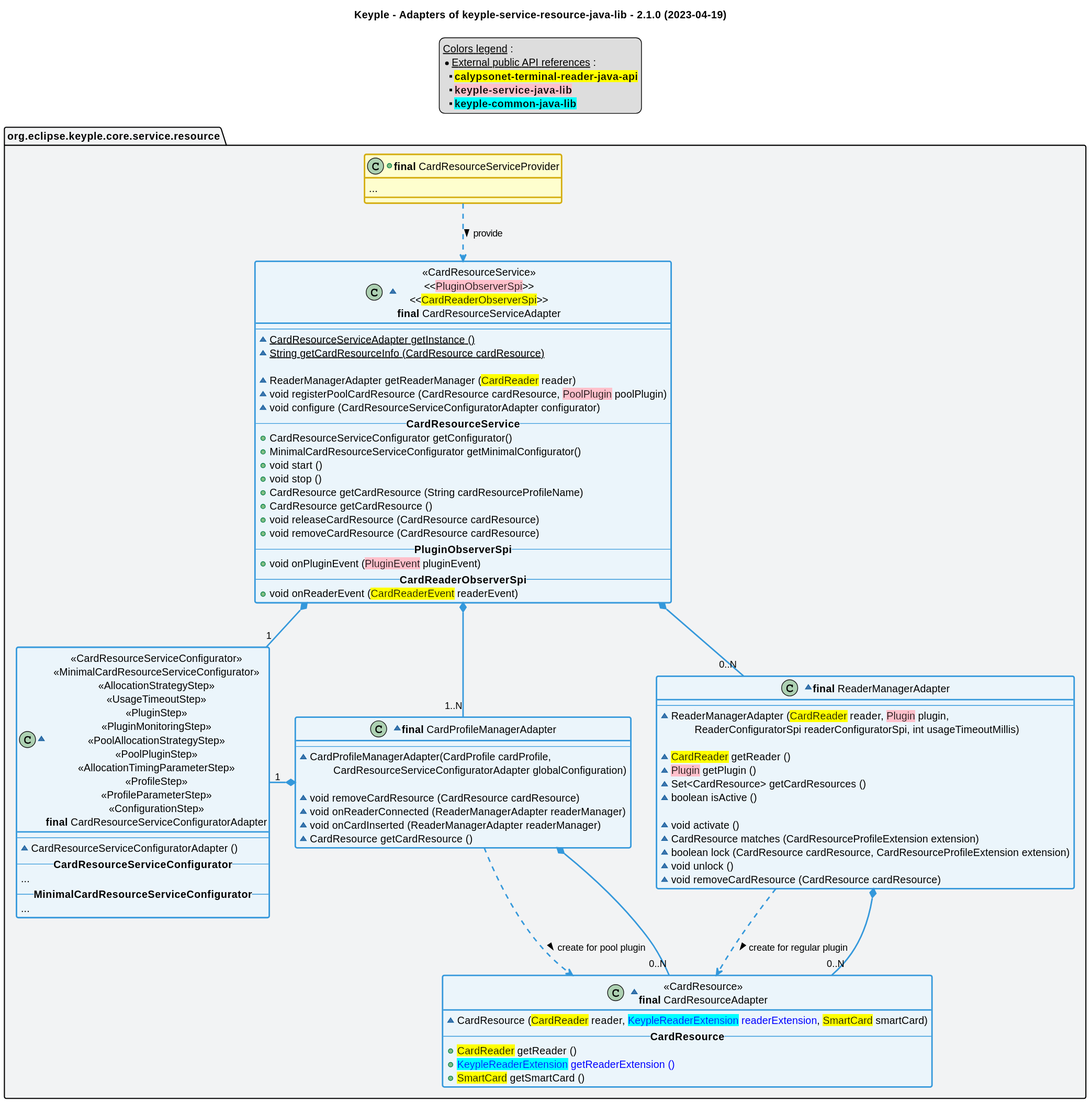
Before: src/main/uml/adapter_class_diagram.svg, a diagram exported from PlantUML (eclipse-keyple/keyple-service-resource-java-lib).
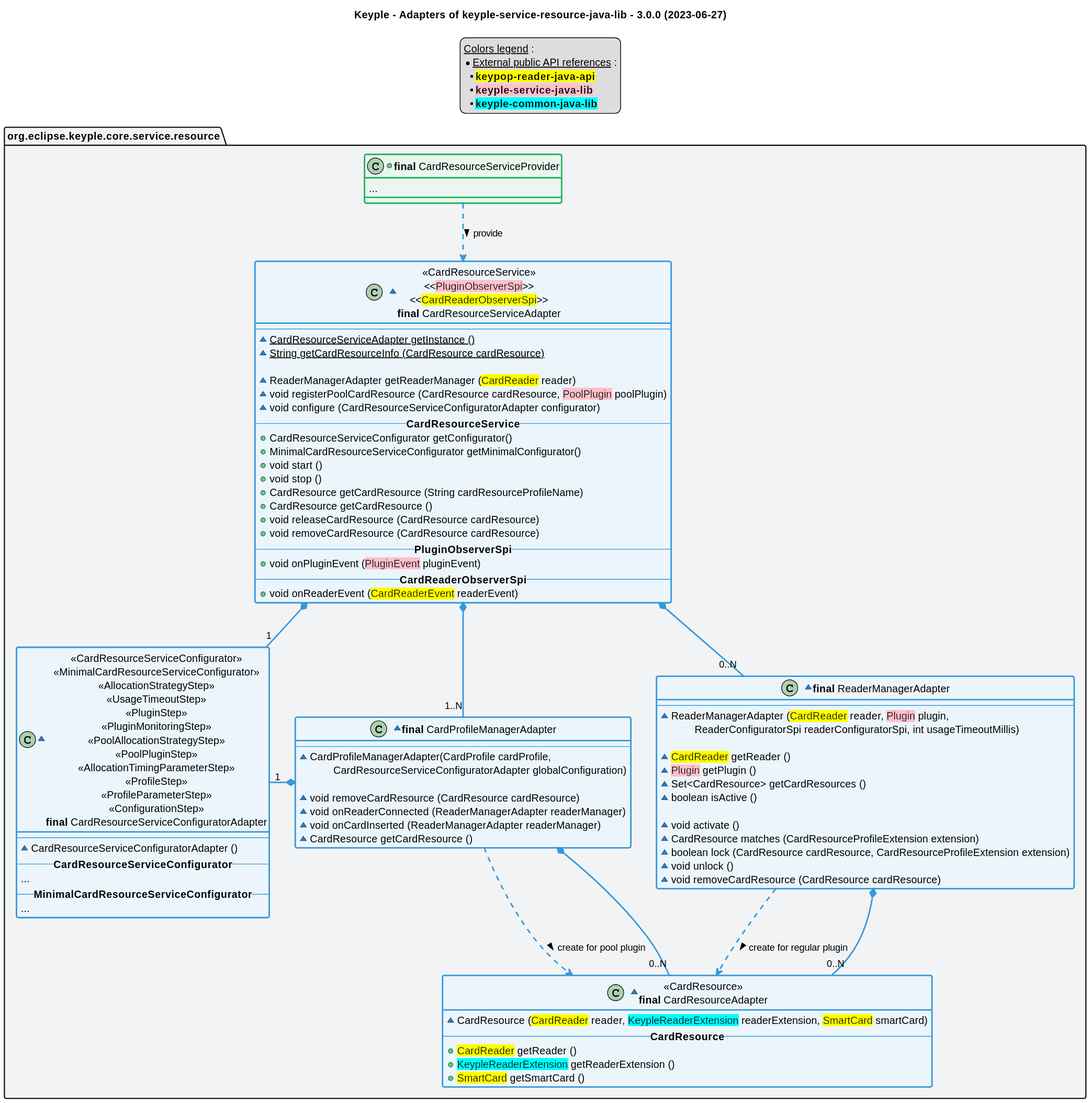
After the commit.

What changed in the source:
```diff
@@ -1,6 +1,6 @@
 @startuml
 title
-    Keyple - Adapters of keyple-service-resource-java-lib - 2.1.0 (2023-04-19)
+    Keyple - Adapters of keyple-service-resource-java-lib - 3.0.0 (2023-06-27)
 end title
 
 
@@ -43,14 +43,14 @@
 legend top
     __Colors legend__ :
     * __External public API references__ :
-    ** <back:yellow>**calypsonet-terminal-reader-java-api**</back>
+    ** <back:yellow>**keypop-reader-java-api**</back>
     ** <back:pink>**keyple-service-java-lib**</back>
     ** <back:cyan>**keyple-common-java-lib**</back>
 end legend
 
 package "org.eclipse.keyple.core.service.resource" as resource {
 
-    +class "**final** CardResourceServiceProvider" as CardResourceServiceProvider {
+    +class "**final** CardResourceServiceProvider" as CardResourceServiceProvider <<green>> {
         ...
     }
     ~class "<<CardResourceService>>\n<<<back:pink>PluginObserverSpi</back>>>\n<<<back:yellow>CardReaderObserverSpi</back>>>\n**final** CardResourceServiceAdapter" as CardResourceServiceAdapter {
@@ -76,10 +76,10 @@
         +void onReaderEvent (<back:yellow>CardReaderEvent</back> readerEvent)
     }
     ~class "<<CardResource>>\n**final** CardResourceAdapter" as CardResourceAdapter {
-        ~CardResource (<back:yellow>CardReader</back> reader, <color:blue><back:cyan>KeypleReaderExtension</back> readerExtension</color>, <back:yellow>SmartCard</back> smartCard)
+        ~CardResource (<back:yellow>CardReader</back> reader, <back:cyan>KeypleReaderExtension</back> readerExtension, <back:yellow>SmartCard</back> smartCard)
         -- **CardResource** --
         +<back:yellow>CardReader</back> getReader ()
-        +<color:blue><back:cyan>KeypleReaderExtension</back> getReaderExtension ()
+        +<back:cyan>KeypleReaderExtension</back> getReaderExtension ()
         +<back:yellow>SmartCard</back> getSmartCard ()
     }
     ~class "**final** ReaderManagerAdapter" as ReaderManagerAdapter {
```
